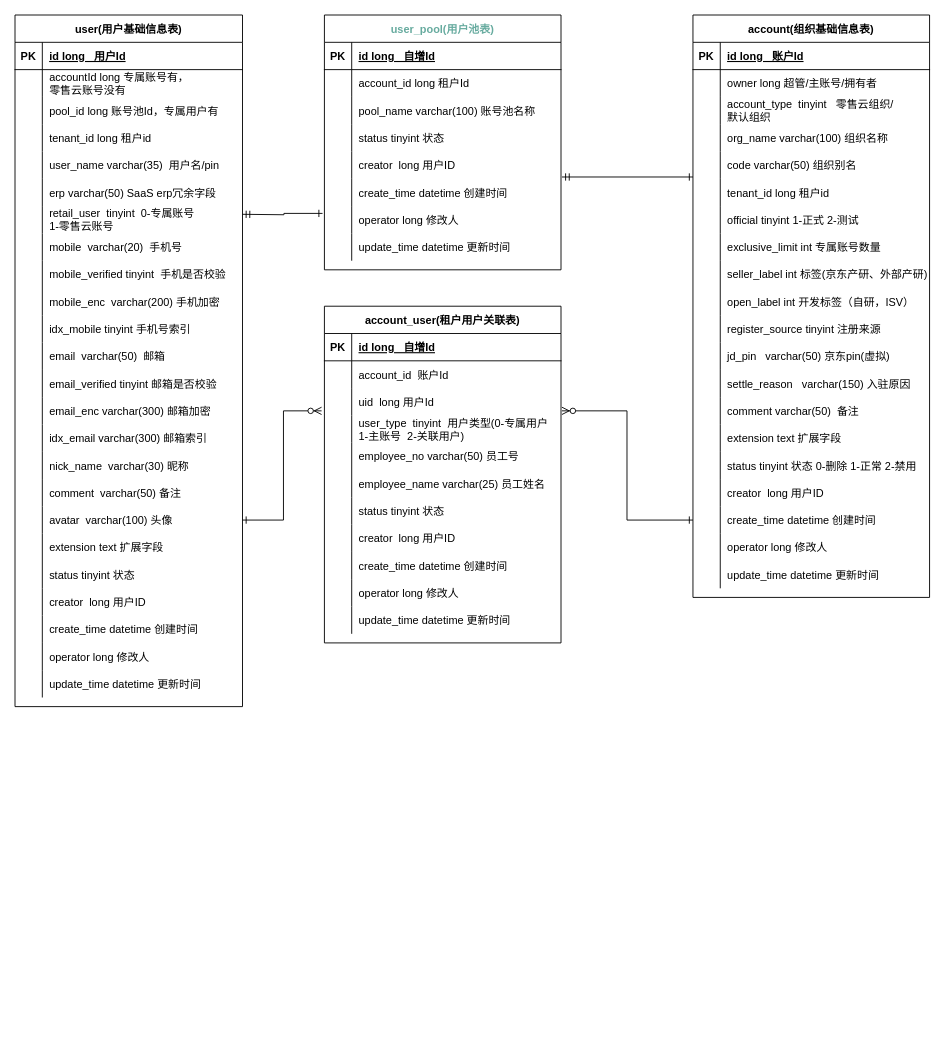
Above: page "账号和组织关系" (1 of 6) of idaas能力梳理.drawio in AjaxXu/Diagram (draw.io), before the change. Source tidied: cells renumbered, new cells numbered last; positions are measured from the earlier drawing's top-left corner, leaving out a move shared by most shapes. Both pictures are drawn from the tidied source at 91%, with x=0, y=0 at pixel (15, 15).
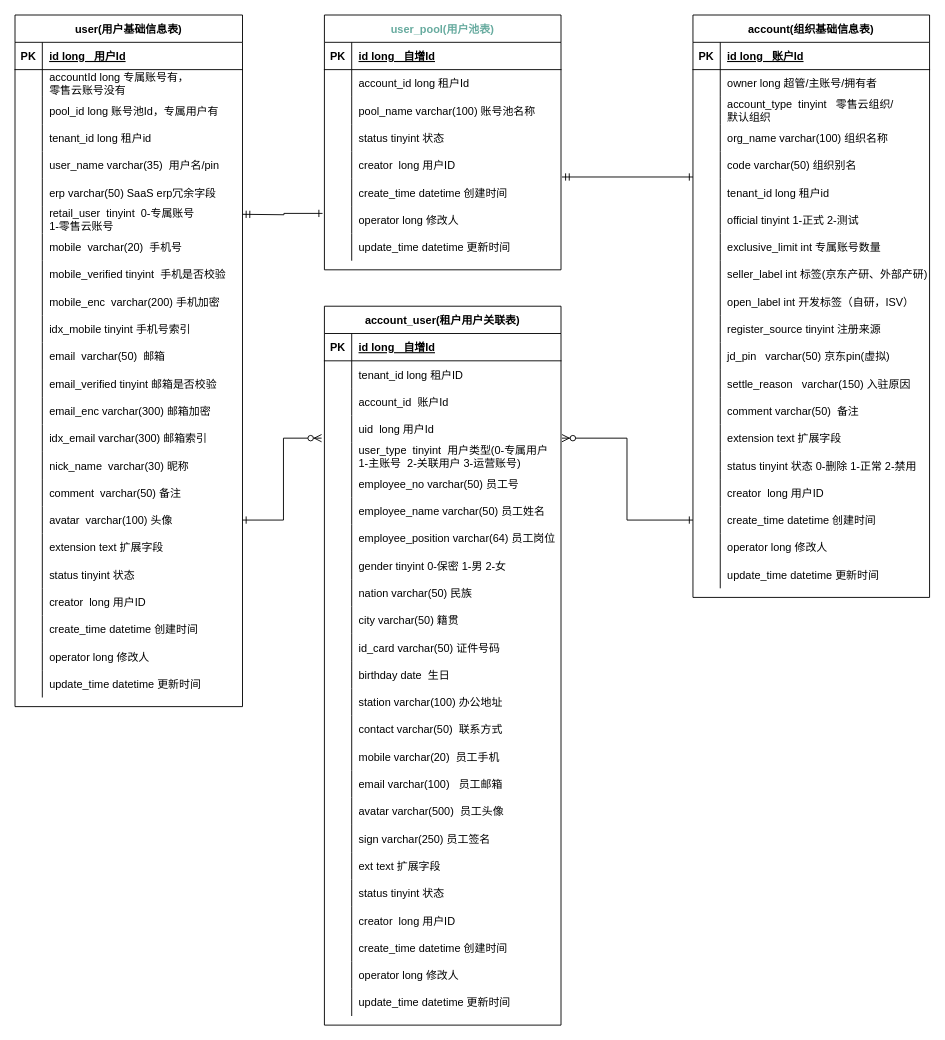
The same diagram, later.

What changed in the source:
```diff
@@
     <mxCell id="136" value="account_user(租户用户关联表)" style="shape=table;startSize=30;childLayout=tableLayout;rowLines=0;fontStyle=1;align=center;" parent="1" vertex="1">
-      <mxGeometry x="340" y="320" width="260" height="370" as="geometry" />
+      <mxGeometry x="340" y="320" width="260" height="790" as="geometry" />
     </mxCell>
@@
+    <mxCell id="199" style="shape=partialRectangle;fillColor=none;top=0;left=0;right=0;bottom=0;" parent="136" vertex="1">
+      <mxGeometry y="60" width="260" height="30" as="geometry" />
+    </mxCell>
+    <mxCell id="200" style="shape=partialRectangle;overflow=hidden;fillColor=none;top=0;left=0;bottom=0;right=0;" parent="199" vertex="1">
+      <mxGeometry width="30" height="30" as="geometry" />
+    </mxCell>
+    <mxCell id="201" value="tenant_id long 租户ID" style="shape=partialRectangle;overflow=hidden;fillColor=none;top=0;left=0;bottom=0;right=0;align=left;spacingLeft=6;" parent="199" vertex="1">
+      <mxGeometry x="30" width="230" height="30" as="geometry" />
+    </mxCell>
     <mxCell id="140" style="shape=partialRectangle;fillColor=none;top=0;left=0;right=0;bottom=0;" parent="136" vertex="1">
-      <mxGeometry y="60" width="260" height="30" as="geometry" />
+      <mxGeometry y="90" width="260" height="30" as="geometry" />
     </mxCell>
@@
     <mxCell id="143" style="shape=partialRectangle;fillColor=none;points=[[0,0.5],[1,0.5]];portConstraint=eastwest;top=0;left=0;right=0;bottom=0;" parent="136" vertex="1">
-      <mxGeometry y="90" width="260" height="30" as="geometry" />
+      <mxGeometry y="120" width="260" height="30" as="geometry" />
     </mxCell>
@@
     <mxCell id="146" style="shape=partialRectangle;fillColor=none;points=[[0,0.5],[1,0.5]];portConstraint=eastwest;top=0;left=0;right=0;bottom=0;" parent="136" vertex="1">
-      <mxGeometry y="120" width="260" height="30" as="geometry" />
+      <mxGeometry y="150" width="260" height="30" as="geometry" />
     </mxCell>
@@
-    <mxCell id="148" value="user_type  tinyint  用户类型(0-专属用户&#10;1-主账号  2-关联用户)" style="shape=partialRectangle;overflow=hidden;fillColor=none;top=0;left=0;bottom=0;right=0;align=left;spacingLeft=6;" parent="146" vertex="1">
+    <mxCell id="148" value="user_type  tinyint  用户类型(0-专属用户&#10;1-主账号  2-关联用户 3-运营账号)" style="shape=partialRectangle;overflow=hidden;fillColor=none;top=0;left=0;bottom=0;right=0;align=left;spacingLeft=6;" parent="146" vertex="1">
       <mxGeometry x="30" width="230" height="30" as="geometry" />
     </mxCell>
     <mxCell id="149" style="shape=partialRectangle;fillColor=none;top=0;left=0;right=0;bottom=0;" parent="136" vertex="1">
-      <mxGeometry y="150" width="260" height="30" as="geometry" />
+      <mxGeometry y="180" width="260" height="30" as="geometry" />
     </mxCell>
@@
     <mxCell id="152" style="shape=partialRectangle;fillColor=none;top=0;left=0;right=0;bottom=0;" parent="136" vertex="1">
-      <mxGeometry y="180" width="260" height="30" as="geometry" />
+      <mxGeometry y="210" width="260" height="30" as="geometry" />
     </mxCell>
@@
-    <mxCell id="154" value="employee_name varchar(25) 员工姓名" style="shape=partialRectangle;overflow=hidden;fillColor=none;top=0;left=0;bottom=0;right=0;align=left;spacingLeft=6;" parent="152" vertex="1">
+    <mxCell id="154" value="employee_name varchar(50) 员工姓名" style="shape=partialRectangle;overflow=hidden;fillColor=none;top=0;left=0;bottom=0;right=0;align=left;spacingLeft=6;" parent="152" vertex="1">
       <mxGeometry x="30" width="230" height="30" as="geometry" />
     </mxCell>
+    <mxCell id="202" style="shape=partialRectangle;fillColor=none;top=0;left=0;right=0;bottom=0;" parent="136" vertex="1">
+      <mxGeometry y="240" width="260" height="30" as="geometry" />
+    </mxCell>
+    <mxCell id="203" style="shape=partialRectangle;overflow=hidden;fillColor=none;top=0;left=0;bottom=0;right=0;" parent="202" vertex="1">
+      <mxGeometry width="30" height="30" as="geometry" />
+    </mxCell>
+    <mxCell id="204" value="employee_position varchar(64) 员工岗位" style="shape=partialRectangle;overflow=hidden;fillColor=none;top=0;left=0;bottom=0;right=0;align=left;spacingLeft=6;" parent="202" vertex="1">
+      <mxGeometry x="30" width="230" height="30" as="geometry" />
+    </mxCell>
+    <mxCell id="205" style="shape=partialRectangle;fillColor=none;top=0;left=0;right=0;bottom=0;" parent="136" vertex="1">
+      <mxGeometry y="270" width="260" height="30" as="geometry" />
+    </mxCell>
+    <mxCell id="206" style="shape=partialRectangle;overflow=hidden;fillColor=none;top=0;left=0;bottom=0;right=0;" parent="205" vertex="1">
+      <mxGeometry width="30" height="30" as="geometry" />
+    </mxCell>
+    <mxCell id="207" value="gender tinyint 0-保密 1-男 2-女" style="shape=partialRectangle;overflow=hidden;fillColor=none;top=0;left=0;bottom=0;right=0;align=left;spacingLeft=6;" parent="205" vertex="1">
+      <mxGeometry x="30" width="230" height="30" as="geometry" />
+    </mxCell>
+    <mxCell id="208" style="shape=partialRectangle;fillColor=none;top=0;left=0;right=0;bottom=0;" parent="136" vertex="1">
+      <mxGeometry y="300" width="260" height="30" as="geometry" />
+    </mxCell>
+    <mxCell id="209" style="shape=partialRectangle;overflow=hidden;fillColor=none;top=0;left=0;bottom=0;right=0;" parent="208" vertex="1">
+      <mxGeometry width="30" height="30" as="geometry" />
+    </mxCell>
+    <mxCell id="210" value="nation varchar(50) 民族" style="shape=partialRectangle;overflow=hidden;fillColor=none;top=0;left=0;bottom=0;right=0;align=left;spacingLeft=6;" parent="208" vertex="1">
+      <mxGeometry x="30" width="230" height="30" as="geometry" />
+    </mxCell>
+    <mxCell id="211" style="shape=partialRectangle;fillColor=none;top=0;left=0;right=0;bottom=0;" parent="136" vertex="1">
+      <mxGeometry y="330" width="260" height="30" as="geometry" />
+    </mxCell>
+    <mxCell id="212" style="shape=partialRectangle;overflow=hidden;fillColor=none;top=0;left=0;bottom=0;right=0;" parent="211" vertex="1">
+      <mxGeometry width="30" height="30" as="geometry" />
+    </mxCell>
+    <mxCell id="213" value="city varchar(50) 籍贯" style="shape=partialRectangle;overflow=hidden;fillColor=none;top=0;left=0;bottom=0;right=0;align=left;spacingLeft=6;" parent="211" vertex="1">
+      <mxGeometry x="30" width="230" height="30" as="geometry" />
+    </mxCell>
+    <mxCell id="214" style="shape=partialRectangle;fillColor=none;top=0;left=0;right=0;bottom=0;" parent="136" vertex="1">
+      <mxGeometry y="360" width="260" height="30" as="geometry" />
+    </mxCell>
+    <mxCell id="215" style="shape=partialRectangle;overflow=hidden;fillColor=none;top=0;left=0;bottom=0;right=0;" parent="214" vertex="1">
+      <mxGeometry width="30" height="30" as="geometry" />
+    </mxCell>
+    <mxCell id="216" value="id_card varchar(50) 证件号码" style="shape=partialRectangle;overflow=hidden;fillColor=none;top=0;left=0;bottom=0;right=0;align=left;spacingLeft=6;" parent="214" vertex="1">
+      <mxGeometry x="30" width="230" height="30" as="geometry" />
+    </mxCell>
+    <mxCell id="217" style="shape=partialRectangle;fillColor=none;top=0;left=0;right=0;bottom=0;" parent="136" vertex="1">
+      <mxGeometry y="390" width="260" height="30" as="geometry" />
+    </mxCell>
+    <mxCell id="218" style="shape=partialRectangle;overflow=hidden;fillColor=none;top=0;left=0;bottom=0;right=0;" parent="217" vertex="1">
+      <mxGeometry width="30" height="30" as="geometry" />
+    </mxCell>
+    <mxCell id="219" value="birthday date  生日" style="shape=partialRectangle;overflow=hidden;fillColor=none;top=0;left=0;bottom=0;right=0;align=left;spacingLeft=6;" parent="217" vertex="1">
+      <mxGeometry x="30" width="230" height="30" as="geometry" />
+    </mxCell>
+    <mxCell id="220" style="shape=partialRectangle;fillColor=none;top=0;left=0;right=0;bottom=0;" parent="136" vertex="1">
+      <mxGeometry y="420" width="260" height="30" as="geometry" />
+    </mxCell>
+    <mxCell id="221" style="shape=partialRectangle;overflow=hidden;fillColor=none;top=0;left=0;bottom=0;right=0;" parent="220" vertex="1">
+      <mxGeometry width="30" height="30" as="geometry" />
+    </mxCell>
+    <mxCell id="222" value="station varchar(100) 办公地址" style="shape=partialRectangle;overflow=hidden;fillColor=none;top=0;left=0;bottom=0;right=0;align=left;spacingLeft=6;" parent="220" vertex="1">
+      <mxGeometry x="30" width="230" height="30" as="geometry" />
+    </mxCell>
+    <mxCell id="223" style="shape=partialRectangle;fillColor=none;top=0;left=0;right=0;bottom=0;" parent="136" vertex="1">
+      <mxGeometry y="450" width="260" height="30" as="geometry" />
+    </mxCell>
+    <mxCell id="224" style="shape=partialRectangle;overflow=hidden;fillColor=none;top=0;left=0;bottom=0;right=0;" parent="223" vertex="1">
+      <mxGeometry width="30" height="30" as="geometry" />
+    </mxCell>
+    <mxCell id="225" value="contact varchar(50)  联系方式" style="shape=partialRectangle;overflow=hidden;fillColor=none;top=0;left=0;bottom=0;right=0;align=left;spacingLeft=6;" parent="223" vertex="1">
+      <mxGeometry x="30" width="230" height="30" as="geometry" />
+    </mxCell>
+    <mxCell id="226" style="shape=partialRectangle;fillColor=none;top=0;left=0;right=0;bottom=0;" parent="136" vertex="1">
+      <mxGeometry y="480" width="260" height="30" as="geometry" />
+    </mxCell>
+    <mxCell id="227" style="shape=partialRectangle;overflow=hidden;fillColor=none;top=0;left=0;bottom=0;right=0;" parent="226" vertex="1">
+      <mxGeometry width="30" height="30" as="geometry" />
+    </mxCell>
+    <mxCell id="228" value="mobile varchar(20)  员工手机" style="shape=partialRectangle;overflow=hidden;fillColor=none;top=0;left=0;bottom=0;right=0;align=left;spacingLeft=6;" parent="226" vertex="1">
+      <mxGeometry x="30" width="230" height="30" as="geometry" />
+    </mxCell>
+    <mxCell id="229" style="shape=partialRectangle;fillColor=none;top=0;left=0;right=0;bottom=0;" parent="136" vertex="1">
+      <mxGeometry y="510" width="260" height="30" as="geometry" />
+    </mxCell>
+    <mxCell id="230" style="shape=partialRectangle;overflow=hidden;fillColor=none;top=0;left=0;bottom=0;right=0;" parent="229" vertex="1">
+      <mxGeometry width="30" height="30" as="geometry" />
+    </mxCell>
+    <mxCell id="231" value="email varchar(100)   员工邮箱" style="shape=partialRectangle;overflow=hidden;fillColor=none;top=0;left=0;bottom=0;right=0;align=left;spacingLeft=6;" parent="229" vertex="1">
+      <mxGeometry x="30" width="230" height="30" as="geometry" />
+    </mxCell>
+    <mxCell id="232" style="shape=partialRectangle;fillColor=none;top=0;left=0;right=0;bottom=0;" parent="136" vertex="1">
+      <mxGeometry y="540" width="260" height="30" as="geometry" />
+    </mxCell>
+    <mxCell id="233" style="shape=partialRectangle;overflow=hidden;fillColor=none;top=0;left=0;bottom=0;right=0;" parent="232" vertex="1">
+      <mxGeometry width="30" height="30" as="geometry" />
+    </mxCell>
+    <mxCell id="234" value="avatar varchar(500)  员工头像" style="shape=partialRectangle;overflow=hidden;fillColor=none;top=0;left=0;bottom=0;right=0;align=left;spacingLeft=6;" parent="232" vertex="1">
+      <mxGeometry x="30" width="230" height="30" as="geometry" />
+    </mxCell>
+    <mxCell id="235" style="shape=partialRectangle;fillColor=none;top=0;left=0;right=0;bottom=0;" parent="136" vertex="1">
+      <mxGeometry y="570" width="260" height="30" as="geometry" />
+    </mxCell>
+    <mxCell id="236" style="shape=partialRectangle;overflow=hidden;fillColor=none;top=0;left=0;bottom=0;right=0;" parent="235" vertex="1">
+      <mxGeometry width="30" height="30" as="geometry" />
+    </mxCell>
+    <mxCell id="237" value="sign varchar(250) 员工签名" style="shape=partialRectangle;overflow=hidden;fillColor=none;top=0;left=0;bottom=0;right=0;align=left;spacingLeft=6;" parent="235" vertex="1">
+      <mxGeometry x="30" width="230" height="30" as="geometry" />
+    </mxCell>
+    <mxCell id="238" style="shape=partialRectangle;fillColor=none;top=0;left=0;right=0;bottom=0;" parent="136" vertex="1">
+      <mxGeometry y="600" width="260" height="30" as="geometry" />
+    </mxCell>
+    <mxCell id="239" style="shape=partialRectangle;overflow=hidden;fillColor=none;top=0;left=0;bottom=0;right=0;" parent="238" vertex="1">
+      <mxGeometry width="30" height="30" as="geometry" />
+    </mxCell>
+    <mxCell id="240" value="ext text 扩展字段" style="shape=partialRectangle;overflow=hidden;fillColor=none;top=0;left=0;bottom=0;right=0;align=left;spacingLeft=6;" parent="238" vertex="1">
+      <mxGeometry x="30" width="230" height="30" as="geometry" />
+    </mxCell>
     <mxCell id="155" style="shape=partialRectangle;fillColor=none;top=0;left=0;right=0;bottom=0;" parent="136" vertex="1">
-      <mxGeometry y="210" width="260" height="30" as="geometry" />
+      <mxGeometry y="630" width="260" height="30" as="geometry" />
     </mxCell>
@@
     <mxCell id="158" style="shape=partialRectangle;fillColor=none;top=0;left=0;right=0;bottom=0;" parent="136" vertex="1">
-      <mxGeometry y="240" width="260" height="30" as="geometry" />
+      <mxGeometry y="660" width="260" height="30" as="geometry" />
     </mxCell>
@@
     <mxCell id="161" style="shape=partialRectangle;fillColor=none;top=0;left=0;right=0;bottom=0;" parent="136" vertex="1">
-      <mxGeometry y="270" width="260" height="30" as="geometry" />
+      <mxGeometry y="690" width="260" height="30" as="geometry" />
     </mxCell>
@@
     <mxCell id="164" style="shape=partialRectangle;fillColor=none;top=0;left=0;right=0;bottom=0;" parent="136" vertex="1">
-      <mxGeometry y="300" width="260" height="30" as="geometry" />
+      <mxGeometry y="720" width="260" height="30" as="geometry" />
     </mxCell>
@@
     <mxCell id="167" style="shape=partialRectangle;fillColor=none;top=0;left=0;right=0;bottom=0;" parent="136" vertex="1">
-      <mxGeometry y="330" width="260" height="30" as="geometry" />
+      <mxGeometry y="750" width="260" height="30" as="geometry" />
     </mxCell>
```
